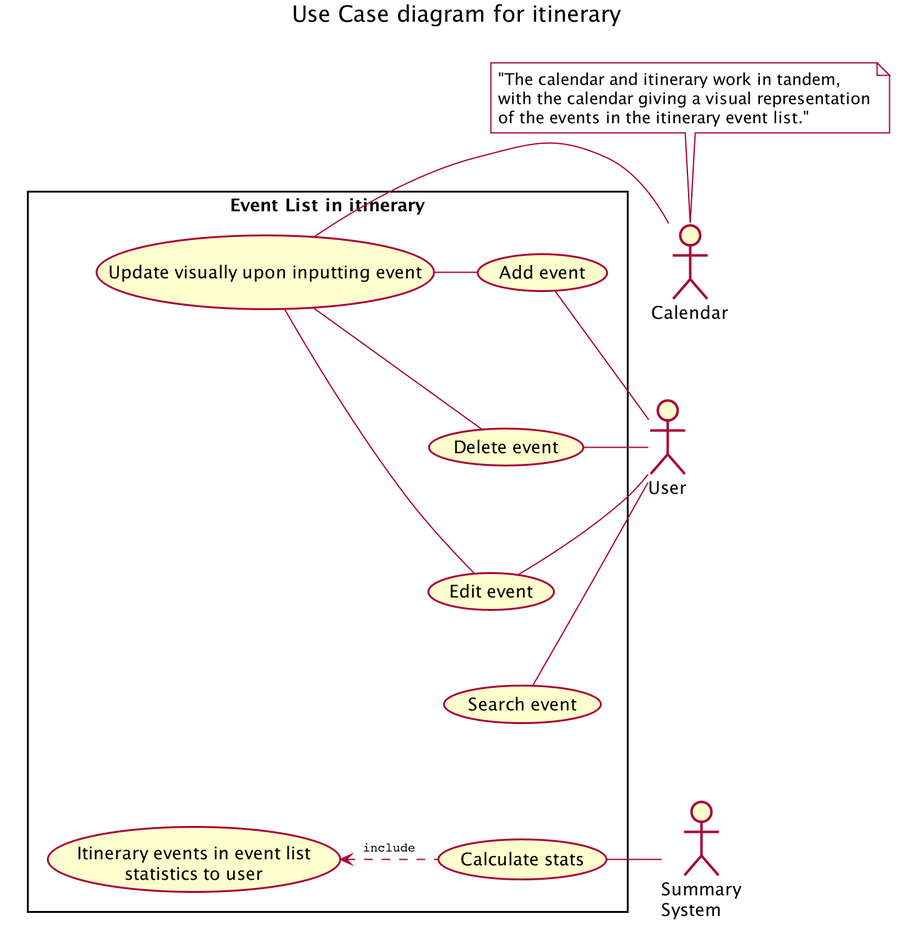
Before: images/ItineraryUseCaseDiagram.png, a diagram exported from PlantUML (AY1920S1-CS2103T-T17-2/main). Source of this version:
```plantuml
@startuml

skinparam Shadowing false
skinparam ArrowFontStyle normal
skinparam ArrowFontName Courier
skinparam ArrowFontSize 10


title Use Case diagram for itinerary\n

actor User
actor :Summary\nSystem: as Summary
actor Calendar

note top of Calendar #white
"The calendar and itinerary work in tandem,
with the calendar giving a visual representation
of the events in the itinerary event list."
end note

rectangle "Event List in itinerary" {
  Calendar -left- (Update visually upon inputting event)

  User -right- (Add event)
  User -right- (Delete event)
  User -right- (Edit event)
  User -right- (Search event)

  Summary -right- (Calculate stats)
  (Itinerary events in event list\nstatistics to user) <. (Calculate stats): include

  (Add event) -left- (Update visually upon inputting event)
  (Delete event) -left- (Update visually upon inputting event)
  (Edit event) -left- (Update visually upon inputting event)

  (Calculate stats) -[hidden]up- (Search event)
  (Delete event) -[hidden]up- (Add event)
  (Edit event) -[hidden]up- (Delete event)
  (Search event) -[hidden]up- (Edit event)
}

Calendar -[hidden]down-> User
Summary -[hidden]up-> User


@enduml
```
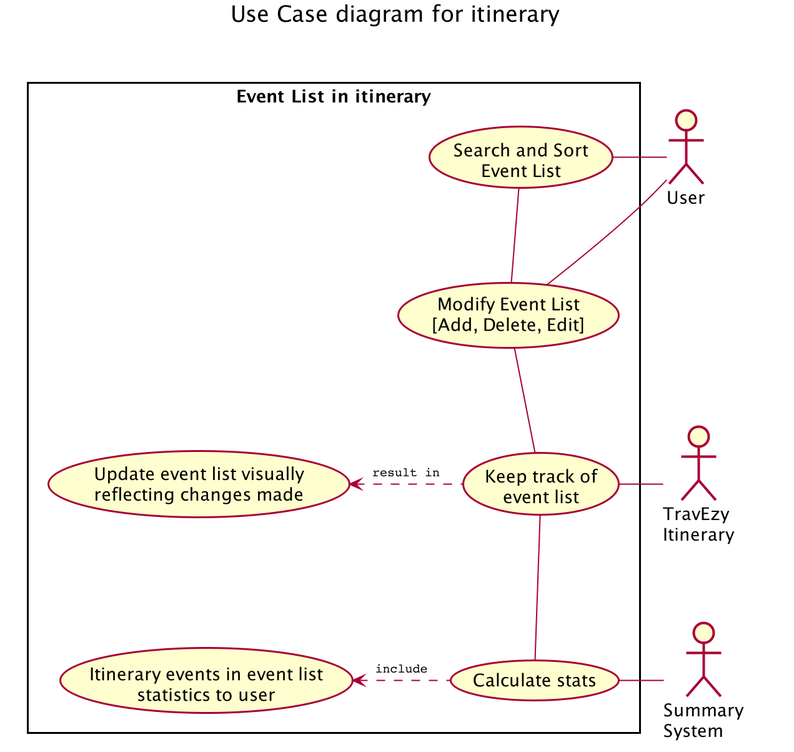
After the commit.

What changed in the source:
```diff
@@ -10,37 +10,26 @@
 
 actor User
 actor :Summary\nSystem: as Summary
-actor Calendar
-
-note top of Calendar #white
-"The calendar and itinerary work in tandem,
-with the calendar giving a visual representation
-of the events in the itinerary event list."
-end note
+actor :TravEzy\nItinerary: as TI
 
 rectangle "Event List in itinerary" {
-  Calendar -left- (Update visually upon inputting event)
 
-  User -right- (Add event)
-  User -right- (Delete event)
-  User -right- (Edit event)
-  User -right- (Search event)
+  User -right- (Modify Event List\n[Add, Delete, Edit])
+  User -right- (Search and Sort\nEvent List)
+  (Search and Sort\nEvent List) -down- (Modify Event List\n[Add, Delete, Edit])
+  (Calculate stats) -up- (Keep track of\nevent list)
 
   Summary -right- (Calculate stats)
   (Itinerary events in event list\nstatistics to user) <. (Calculate stats): include
 
-  (Add event) -left- (Update visually upon inputting event)
-  (Delete event) -left- (Update visually upon inputting event)
-  (Edit event) -left- (Update visually upon inputting event)
-
-  (Calculate stats) -[hidden]up- (Search event)
-  (Delete event) -[hidden]up- (Add event)
-  (Edit event) -[hidden]up- (Delete event)
-  (Search event) -[hidden]up- (Edit event)
+  TI -left- (Keep track of\nevent list)
+  (Keep track of\nevent list) .left.> (Update event list visually\nreflecting changes made): result in
+  (Modify Event List\n[Add, Delete, Edit]) -down- (Keep track of\nevent list)
 }
 
-Calendar -[hidden]down-> User
 Summary -[hidden]up-> User
+Summary -[hidden]up-> TI
+TI -[hidden]up-> User
 
 
 @enduml
```
